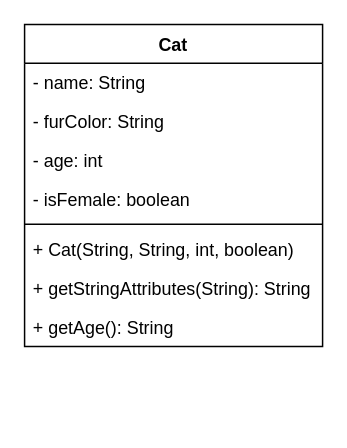
Comcave-OOP/02b_Klassen_Objekte_2 keeps this draw.io diagram as page "Cat" (1 of 2) of klassendiagramm.drawio. Above is the earlier version. Source tidied: cells renumbered, new cells numbered last; positions are measured from the earlier drawing's top-left corner, leaving out a move shared by most shapes. Both pictures are drawn from the tidied source at 149%, with x=0, y=0 at pixel (24, 24).
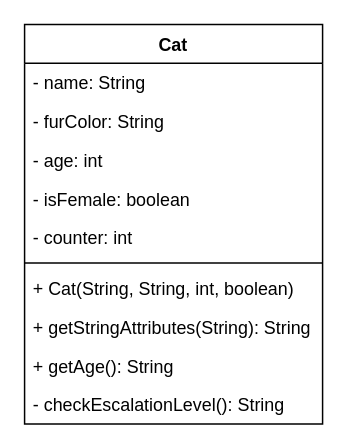
Above is the later version.

The edit, as a diff of the source:
```diff
@@
 <mxGraphModel>
   <root>
     <mxCell id="0" />
     <mxCell id="1" parent="0" />
     <mxCell id="2" value="Cat" style="swimlane;fontStyle=1;align=center;verticalAlign=top;horizontal=1;startSize=26;" parent="1" vertex="1">
-      <mxGeometry width="200" height="216" as="geometry" />
+      <mxGeometry width="200" height="268" as="geometry" />
     </mxCell>
     <mxCell id="3" value="- name: String" style="text;strokeColor=none;fillColor=none;align=left;verticalAlign=top;spacingLeft=4;spacingRight=4;overflow=hidden;" parent="2" vertex="1">
       <mxGeometry y="26" width="200" height="26" as="geometry" />
     </mxCell>
     <mxCell id="4" value="- furColor: String" style="text;strokeColor=none;fillColor=none;align=left;verticalAlign=top;spacingLeft=4;spacingRight=4;overflow=hidden;" parent="2" vertex="1">
       <mxGeometry y="52" width="200" height="26" as="geometry" />
     </mxCell>
     <mxCell id="5" value="- age: int" style="text;strokeColor=none;fillColor=none;align=left;verticalAlign=top;spacingLeft=4;spacingRight=4;overflow=hidden;" parent="2" vertex="1">
       <mxGeometry y="78" width="200" height="26" as="geometry" />
     </mxCell>
+    <mxCell id="11" value="- isFemale: boolean" style="text;strokeColor=none;fillColor=none;align=left;verticalAlign=top;spacingLeft=4;spacingRight=4;overflow=hidden;" parent="2" vertex="1">
+      <mxGeometry y="104" width="200" height="26" as="geometry" />
+    </mxCell>
-    <mxCell id="6" value="- isFemale: boolean" style="text;strokeColor=none;fillColor=none;align=left;verticalAlign=top;spacingLeft=4;spacingRight=4;overflow=hidden;" parent="2" vertex="1">
-      <mxGeometry y="104" width="200" height="26" as="geometry" />
+    <mxCell id="6" value="- counter: int" style="text;strokeColor=none;fillColor=none;align=left;verticalAlign=top;spacingLeft=4;spacingRight=4;overflow=hidden;" parent="2" vertex="1">
+      <mxGeometry y="130" width="200" height="26" as="geometry" />
     </mxCell>
     <mxCell id="7" style="line;strokeWidth=1;fillColor=none;align=left;verticalAlign=middle;spacingTop=-1;spacingLeft=3;spacingRight=3;labelPosition=right;strokeColor=inherit;" parent="2" vertex="1">
-      <mxGeometry y="130" width="200" height="8" as="geometry" />
+      <mxGeometry y="156" width="200" height="8" as="geometry" />
     </mxCell>
     <mxCell id="8" value="+ Cat(String, String, int, boolean)" style="text;strokeColor=none;fillColor=none;align=left;verticalAlign=top;spacingLeft=4;spacingRight=4;overflow=hidden;" parent="2" vertex="1">
-      <mxGeometry y="138" width="200" height="26" as="geometry" />
+      <mxGeometry y="164" width="200" height="26" as="geometry" />
     </mxCell>
     <mxCell id="9" value="+ getStringAttributes(String): String" style="text;strokeColor=none;fillColor=none;align=left;verticalAlign=top;spacingLeft=4;spacingRight=4;overflow=hidden;" parent="2" vertex="1">
-      <mxGeometry y="164" width="200" height="26" as="geometry" />
+      <mxGeometry y="190" width="200" height="26" as="geometry" />
     </mxCell>
     <mxCell id="10" value="+ getAge(): String" style="text;strokeColor=none;fillColor=none;align=left;verticalAlign=top;spacingLeft=4;spacingRight=4;overflow=hidden;" parent="2" vertex="1">
-      <mxGeometry y="190" width="200" height="26" as="geometry" />
+      <mxGeometry y="216" width="200" height="26" as="geometry" />
     </mxCell>
+    <mxCell id="12" value="- checkEscalationLevel(): String" style="text;strokeColor=none;fillColor=none;align=left;verticalAlign=top;spacingLeft=4;spacingRight=4;overflow=hidden;" parent="2" vertex="1">
+      <mxGeometry y="242" width="200" height="26" as="geometry" />
+    </mxCell>
   </root>
 </mxGraphModel>
```
